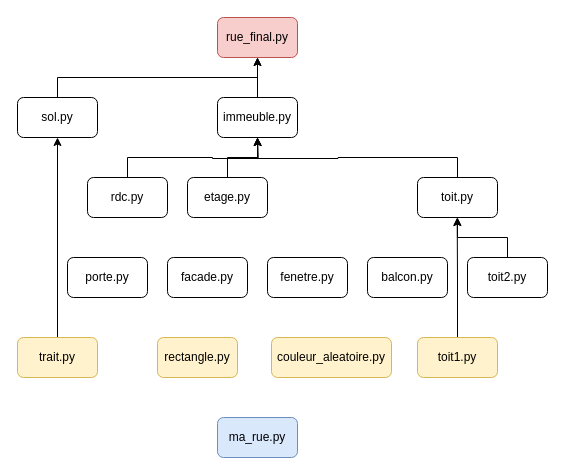
Above: img/dessiner_ma_rue.drawio in ericECmorlaix/ericECmorlaix.github.io (draw.io), before the change. Source tidied: cells renumbered, new cells numbered last; positions are measured from the earlier drawing's top-left corner, leaving out a move shared by most shapes. Both pictures are drawn from the tidied source at 100%, with x=0, y=0 at pixel (17, 17).
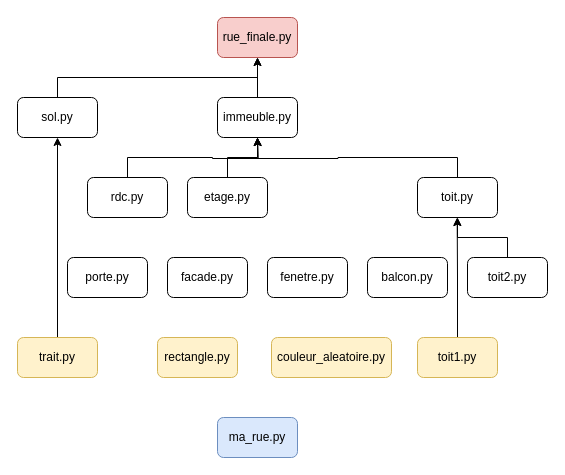
The same page after the edit.

The edit, as a diff of the source:
```diff
@@
-    <mxCell id="3" value="rue_final.py" style="rounded=1;whiteSpace=wrap;html=1;fillColor=#f8cecc;strokeColor=#b85450;" parent="1" vertex="1">
+    <mxCell id="3" value="rue_finale.py" style="rounded=1;whiteSpace=wrap;html=1;fillColor=#f8cecc;strokeColor=#b85450;" parent="1" vertex="1">
       <mxGeometry x="200" width="80" height="40" as="geometry" />
     </mxCell>
```
